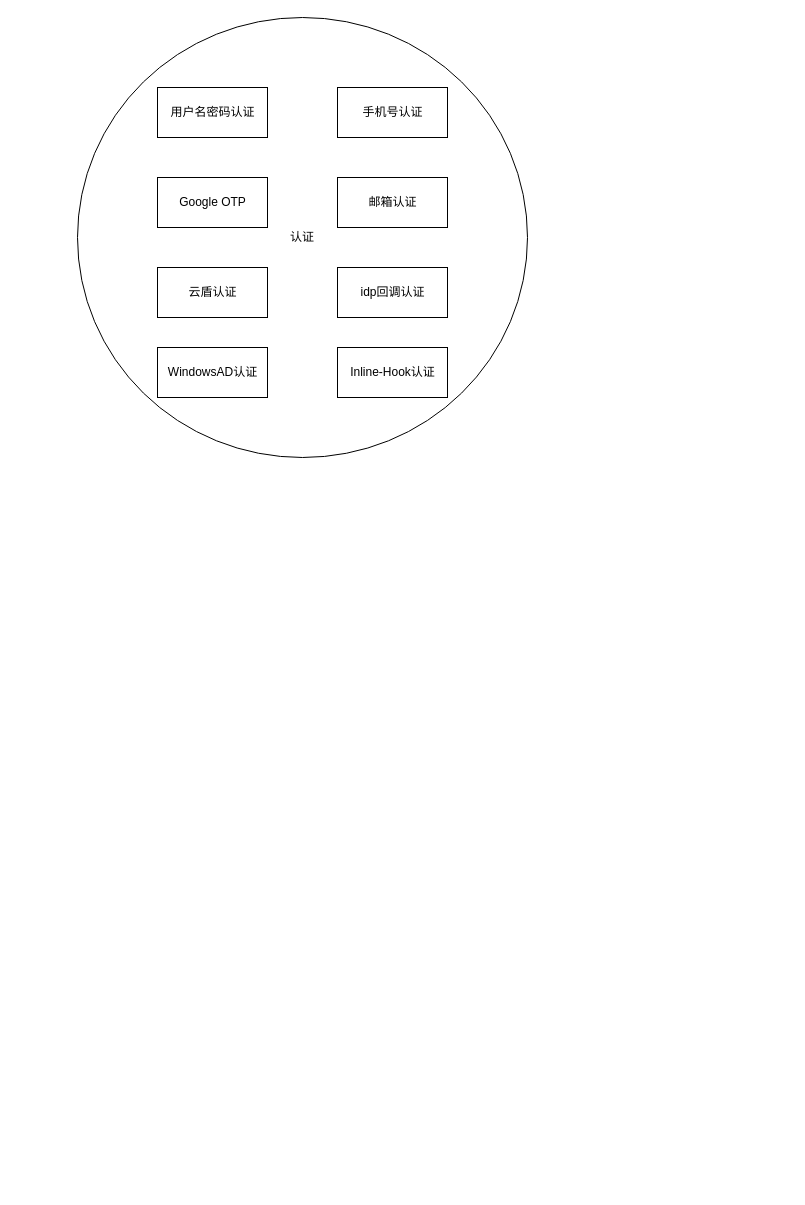
Earlier version of the draw.io diagram 未命名绘图.drawio (tiankanghello/helloworld). Source tidied: cells renumbered, new cells numbered last; positions are measured from the earlier drawing's top-left corner, leaving out a move shared by most shapes. Both pictures are drawn from the tidied source at 100%, with x=0, y=0 at pixel (77, 17).
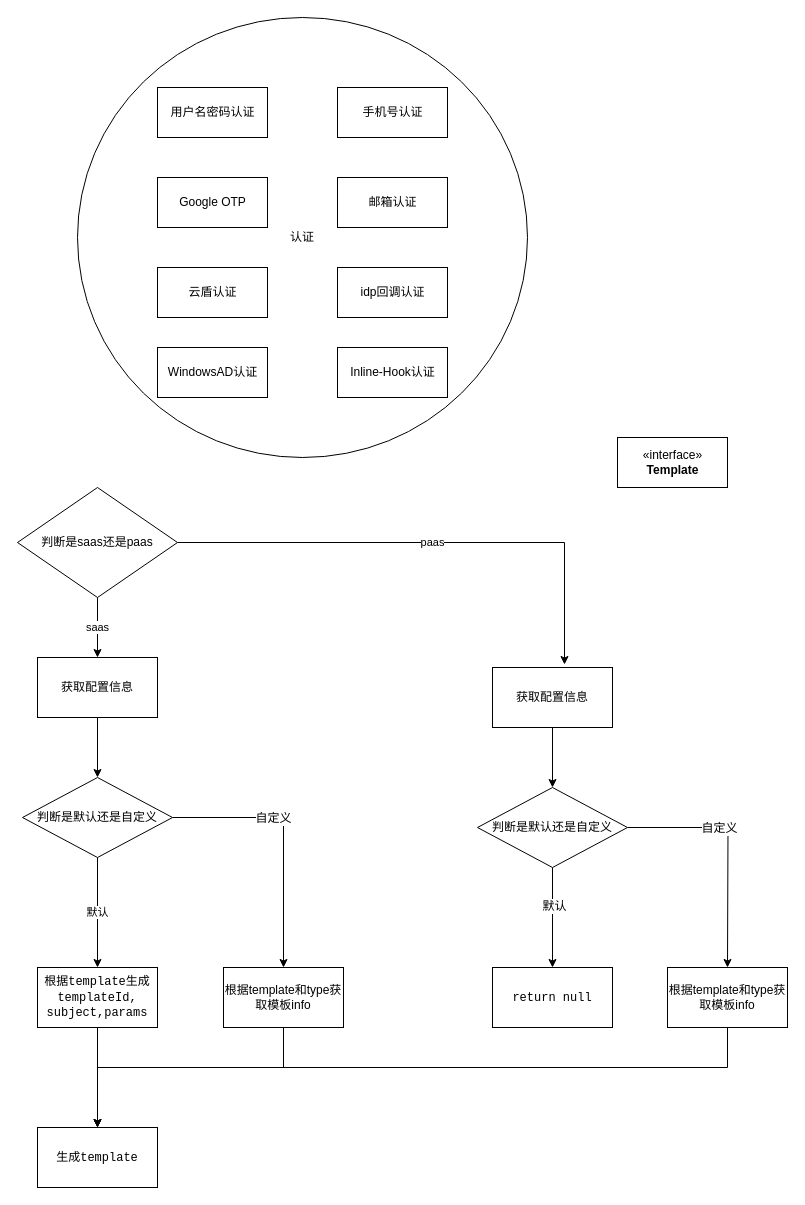
After the change.

Commit message:
更新未命名绘图.drawio

Diff of the diagram source:
```diff
@@
+    <mxCell id="11" value="«interface»&lt;br&gt;&lt;b&gt;Template&lt;/b&gt;" style="html=1;" parent="1" vertex="1">
+      <mxGeometry x="540" y="420" width="110" height="50" as="geometry" />
+    </mxCell>
+    <mxCell id="12" style="edgeStyle=orthogonalEdgeStyle;rounded=0;jettySize=auto;html=1;" parent="1" edge="1" source="13" target="22">
+      <mxGeometry relative="1" as="geometry" />
+    </mxCell>
+    <mxCell id="13" value="获取配置信息" style="rounded=0;whiteSpace=wrap;html=1;" parent="1" vertex="1">
+      <mxGeometry x="-40" y="640" width="120" height="60" as="geometry" />
+    </mxCell>
+    <mxCell id="14" value="saas" style="edgeStyle=orthogonalEdgeStyle;rounded=0;jettySize=auto;html=1;exitX=0.5;exitY=1;exitDx=0;exitDy=0;entryX=0.5;entryY=0;entryDx=0;entryDy=0;" parent="1" edge="1" source="16" target="13">
+      <mxGeometry relative="1" as="geometry" />
+    </mxCell>
+    <mxCell id="15" value="paas" style="edgeStyle=orthogonalEdgeStyle;rounded=0;jettySize=auto;html=1;entryX=0.6;entryY=-0.05;entryDx=0;entryDy=0;entryPerimeter=0;" parent="1" edge="1" source="16" target="18">
+      <mxGeometry relative="1" as="geometry" />
+    </mxCell>
+    <mxCell id="16" value="判断是saas还是paas" style="rhombus;whiteSpace=wrap;html=1;" parent="1" vertex="1">
+      <mxGeometry x="-60" y="470" width="160" height="110" as="geometry" />
+    </mxCell>
+    <mxCell id="17" style="edgeStyle=orthogonalEdgeStyle;rounded=0;jettySize=auto;html=1;exitX=0.5;exitY=1;exitDx=0;exitDy=0;fontSize=12;" parent="1" edge="1" source="18" target="32">
+      <mxGeometry relative="1" as="geometry" />
+    </mxCell>
+    <mxCell id="18" value="获取配置信息" style="rounded=0;whiteSpace=wrap;html=1;" parent="1" vertex="1">
+      <mxGeometry x="415" y="650" width="120" height="60" as="geometry" />
+    </mxCell>
+    <mxCell id="19" value="默认" style="edgeStyle=orthogonalEdgeStyle;rounded=0;jettySize=auto;html=1;exitX=0.5;exitY=1;exitDx=0;exitDy=0;" parent="1" edge="1" source="22" target="24">
+      <mxGeometry relative="1" as="geometry" />
+    </mxCell>
+    <mxCell id="20" style="edgeStyle=orthogonalEdgeStyle;rounded=0;jettySize=auto;html=1;fontSize=12;" parent="1" edge="1" source="22" target="27">
+      <mxGeometry relative="1" as="geometry" />
+    </mxCell>
+    <mxCell id="21" value="自定义" style="edgeLabel;html=1;align=center;verticalAlign=middle;fontSize=12;" parent="20" vertex="1">
+      <mxGeometry x="-0.23" relative="1" as="geometry" />
+    </mxCell>
+    <mxCell id="22" value="判断是默认还是自定义" style="rhombus;whiteSpace=wrap;html=1;" parent="1" vertex="1">
+      <mxGeometry x="-55" y="760" width="150" height="80" as="geometry" />
+    </mxCell>
+    <mxCell id="23" style="edgeStyle=orthogonalEdgeStyle;rounded=0;jettySize=auto;html=1;entryX=0.5;entryY=0;entryDx=0;entryDy=0;fontSize=12;" parent="1" edge="1" source="24" target="25">
+      <mxGeometry relative="1" as="geometry" />
+    </mxCell>
+    <mxCell id="24" value="&lt;font style=&quot;font-size: 12px;&quot;&gt;根据&lt;span style=&quot;background-color: rgb(255, 255, 255); font-family: &amp;quot;Source Code Pro&amp;quot;, monospace;&quot;&gt;template生成&lt;br&gt;templateId,&lt;br&gt;subject,params&lt;br&gt;&lt;/span&gt;&lt;/font&gt;" style="rounded=0;whiteSpace=wrap;html=1;" parent="1" vertex="1">
+      <mxGeometry x="-40" y="950" width="120" height="60" as="geometry" />
+    </mxCell>
+    <mxCell id="25" value="&lt;font style=&quot;font-size: 12px;&quot;&gt;&lt;span style=&quot;background-color: rgb(255, 255, 255); font-family: &amp;quot;Source Code Pro&amp;quot;, monospace;&quot;&gt;生成template&lt;br&gt;&lt;/span&gt;&lt;/font&gt;" style="rounded=0;whiteSpace=wrap;html=1;" parent="1" vertex="1">
+      <mxGeometry x="-40" y="1110" width="120" height="60" as="geometry" />
+    </mxCell>
+    <mxCell id="26" style="edgeStyle=orthogonalEdgeStyle;rounded=0;jettySize=auto;html=1;fontSize=12;" parent="1" edge="1" source="27" target="25">
+      <mxGeometry relative="1" as="geometry">
+        <Array as="points">
+          <mxPoint x="206" y="1050" />
+          <mxPoint x="20" y="1050" />
+        </Array>
+      </mxGeometry>
+    </mxCell>
+    <mxCell id="27" value="根据template和type获取模板info" style="rounded=0;whiteSpace=wrap;html=1;fontSize=12;" parent="1" vertex="1">
+      <mxGeometry x="146" y="950" width="120" height="60" as="geometry" />
+    </mxCell>
+    <mxCell id="28" style="edgeStyle=orthogonalEdgeStyle;rounded=0;jettySize=auto;html=1;entryX=0.5;entryY=0;entryDx=0;entryDy=0;fontSize=12;" parent="1" edge="1" source="32" target="33">
+      <mxGeometry relative="1" as="geometry" />
+    </mxCell>
+    <mxCell id="29" value="默认" style="edgeLabel;html=1;align=center;verticalAlign=middle;fontSize=12;" parent="28" vertex="1">
+      <mxGeometry x="-0.24" y="1" relative="1" as="geometry" />
+    </mxCell>
+    <mxCell id="30" style="edgeStyle=orthogonalEdgeStyle;rounded=0;jettySize=auto;html=1;fontSize=12;" parent="1" edge="1" source="32">
+      <mxGeometry relative="1" as="geometry">
+        <mxPoint x="650" y="950" as="targetPoint" />
+      </mxGeometry>
+    </mxCell>
+    <mxCell id="31" value="自定义" style="edgeLabel;html=1;align=center;verticalAlign=middle;fontSize=12;" parent="30" vertex="1">
+      <mxGeometry x="-0.24" relative="1" as="geometry" />
+    </mxCell>
+    <mxCell id="32" value="判断是默认还是自定义" style="rhombus;whiteSpace=wrap;html=1;" parent="1" vertex="1">
+      <mxGeometry x="400" y="770" width="150" height="80" as="geometry" />
+    </mxCell>
+    <mxCell id="33" value="&lt;font style=&quot;font-size: 12px;&quot;&gt;&lt;span style=&quot;background-color: rgb(255, 255, 255); font-family: &amp;quot;Source Code Pro&amp;quot;, monospace;&quot;&gt;return null&lt;br&gt;&lt;/span&gt;&lt;/font&gt;" style="rounded=0;whiteSpace=wrap;html=1;" parent="1" vertex="1">
+      <mxGeometry x="415" y="950" width="120" height="60" as="geometry" />
+    </mxCell>
+    <mxCell id="34" style="edgeStyle=orthogonalEdgeStyle;rounded=0;jettySize=auto;html=1;entryX=0.5;entryY=0;entryDx=0;entryDy=0;fontSize=12;" parent="1" edge="1" source="35" target="25">
+      <mxGeometry relative="1" as="geometry">
+        <Array as="points">
+          <mxPoint x="650" y="1050" />
+          <mxPoint x="20" y="1050" />
+        </Array>
+      </mxGeometry>
+    </mxCell>
+    <mxCell id="35" value="根据template和type获取模板info" style="rounded=0;whiteSpace=wrap;html=1;fontSize=12;" parent="1" vertex="1">
+      <mxGeometry x="590" y="950" width="120" height="60" as="geometry" />
+    </mxCell>
```
